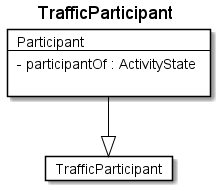
Before: fragments/diagrams/TrafficParticipant.png, a diagram exported from PlantUML (rtigran/rdf2adoc).
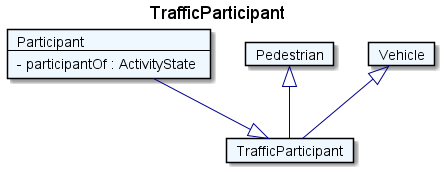
After the commit.

The edit, as a diff of the source:
```diff
@@ -1,14 +1,21 @@
 @startuml
 Title TrafficParticipant
 
-Card TrafficParticipant #fff [
+Card TrafficParticipant #F0F8FF [
 TrafficParticipant
 ]
-Card Participant #fff [
+Card Participant #F0F8FF [
 Participant
 ----
 - participantOf : ActivityState
-
 ]
-Participant --|> TrafficParticipant  #000
+Participant --|> TrafficParticipant  #00008B
+Card Pedestrian #F0F8FF [
+Pedestrian
+]
+Pedestrian <|-- TrafficParticipant  #00008B
+Card Vehicle #F0F8FF [
+Vehicle
+]
+Vehicle <|-- TrafficParticipant  #00008B
 @enduml
```
